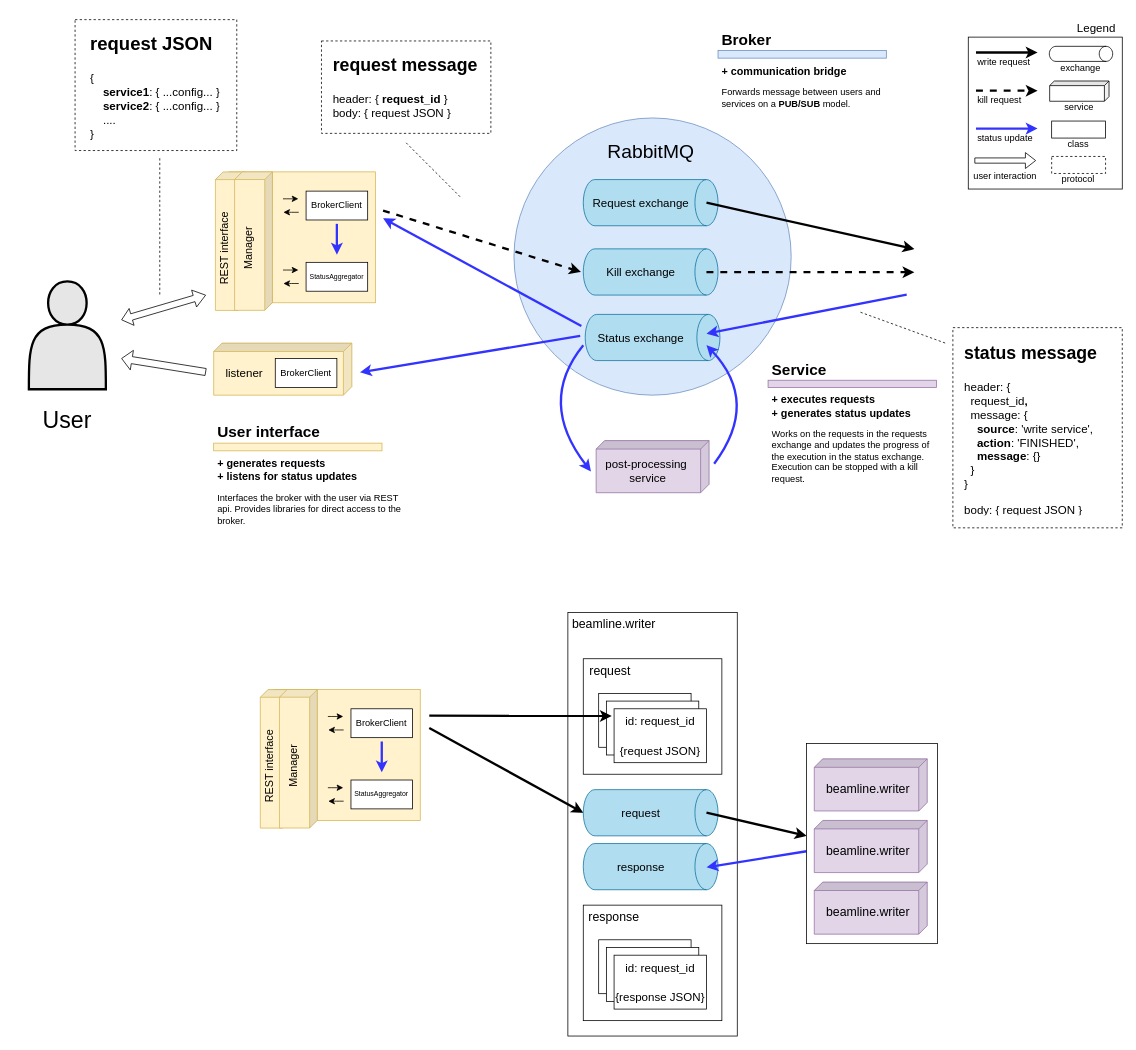
This is page "Page-9" (9 of 9) of docs/diagrams.drawio from paulscherrerinstitute/std_daq_service, a draw.io file, before an edit. Source tidied: cells renumbered, new cells numbered last; positions are measured from the earlier drawing's top-left corner, leaving out a move shared by most shapes. Both pictures are drawn from the tidied source at 77%, with x=0, y=0 at pixel (13, 19).
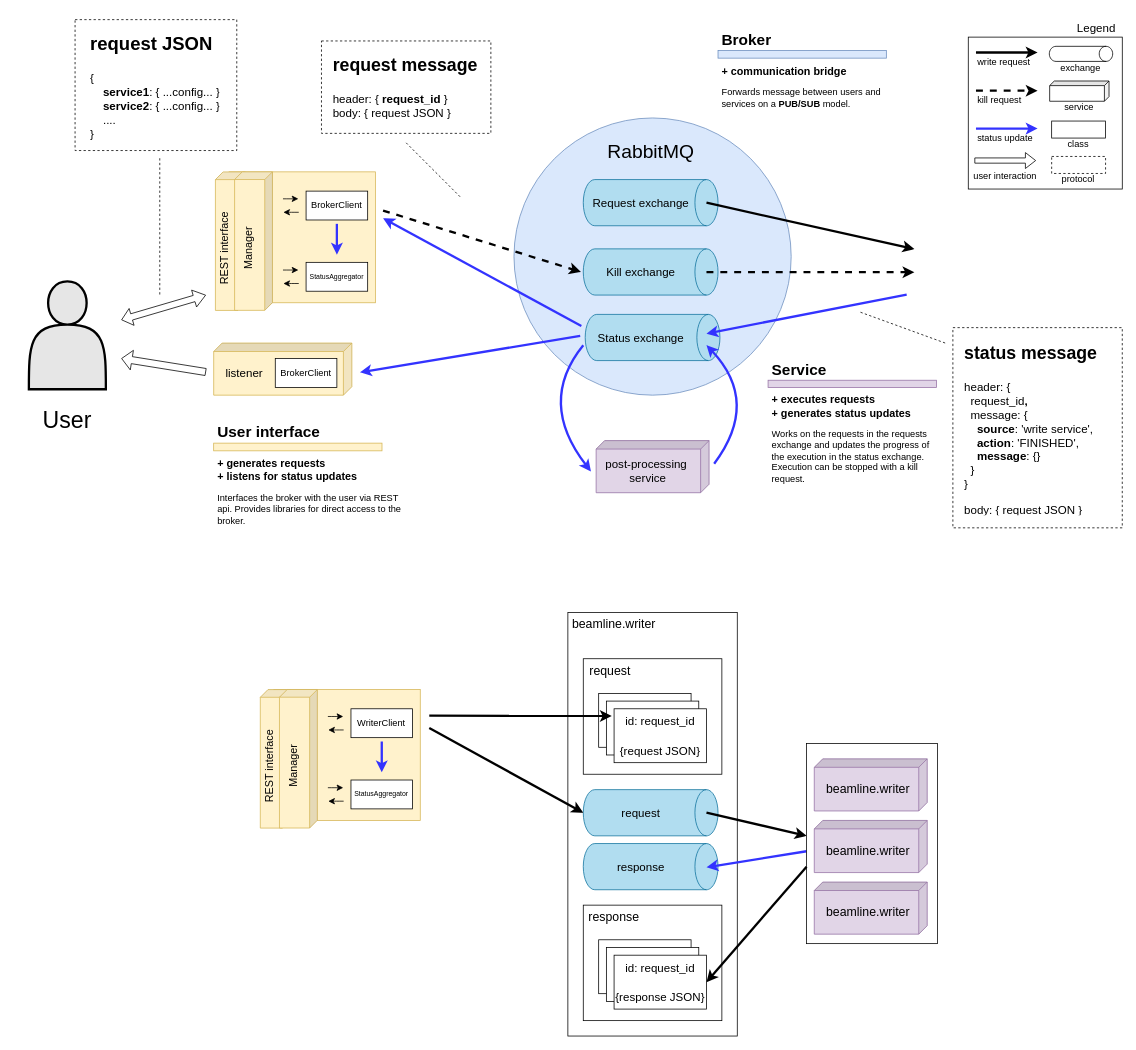
Above is the later version.

The change refers to these unchanged cells:
```xml
<mxCell id="126" value="&lt;font style=&quot;font-size: 15px&quot;&gt;id: request_id&lt;br&gt;&lt;br&gt;{response JSON}&lt;/font&gt;" style="text;html=1;strokeColor=none;fillColor=none;align=center;verticalAlign=middle;whiteSpace=wrap;rounded=0;fontSize=16;" parent="122" vertex="1">
  <mxGeometry x="20" y="20" width="120" height="70" as="geometry" />
</mxCell>
<mxCell id="138" style="group;" parent="1" vertex="1">
  <mxGeometry x="318.3" y="870" width="210" height="179.9" as="geometry" />
</mxCell>
```

Change to the diagram source:
```diff
@@
-    <mxCell id="140" value="BrokerClient" style="rounded=0;whiteSpace=wrap;html=1;" parent="138" vertex="1">
+    <mxCell id="140" value="WriterClient" style="rounded=0;whiteSpace=wrap;html=1;" parent="138" vertex="1">
       <mxGeometry x="120" y="25" width="80" height="37.5" as="geometry" />
     </mxCell>
@@
+    <mxCell id="156" style="endArrow=classic;html=1;anchorPointDirection=0;strokeWidth=3;entryX=1;entryY=0.5;entryDx=0;entryDy=0;" parent="1" edge="1" target="126">
+      <mxGeometry x="613" y="1310" as="geometry">
+        <mxPoint x="1030" y="1100" as="sourcePoint" />
+      </mxGeometry>
+    </mxCell>
```
